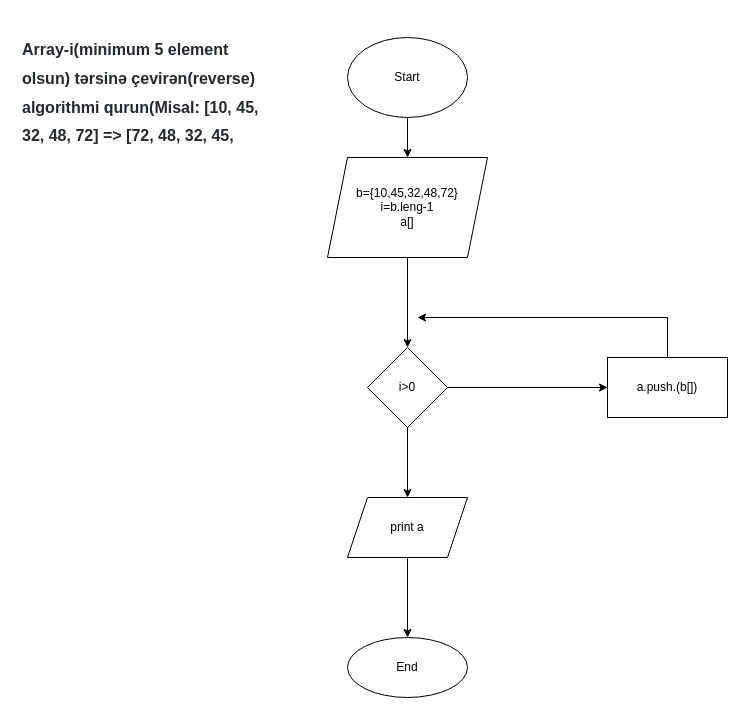
Above: page "Page-3" (3 of 3) of Untitled Diagram.drawio in RaminIskhanov/First (draw.io), before the change. Source tidied: cells renumbered, new cells numbered last; positions are measured from the earlier drawing's top-left corner, leaving out a move shared by most shapes. Both pictures are drawn from the tidied source at 100%, with x=0, y=0 at pixel (17, 27).
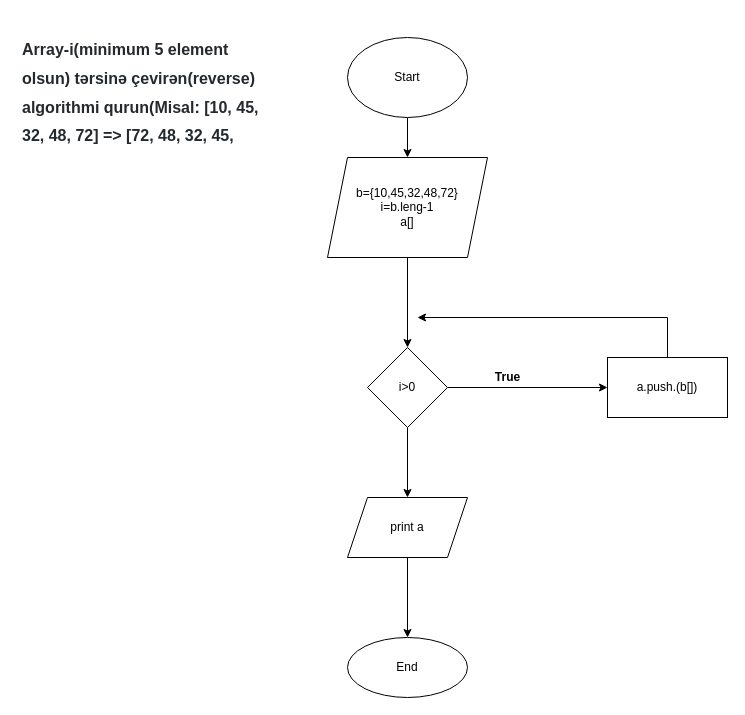
Above is the later version.

The edit, as a diff of the source:
```diff
@@
 <mxGraphModel>
   <root>
     <mxCell id="0" />
     <mxCell id="1" parent="0" />
     <mxCell id="2" style="edgeStyle=orthogonalEdgeStyle;rounded=0;jettySize=auto;html=1;" parent="1" edge="1" source="3" target="6">
       <mxGeometry relative="1" as="geometry" />
     </mxCell>
     <mxCell id="3" value="Start" style="ellipse;whiteSpace=wrap;html=1;" parent="1" vertex="1">
       <mxGeometry x="330" y="10" width="120" height="80" as="geometry" />
     </mxCell>
     <mxCell id="4" value="&lt;h1&gt;&lt;span style=&quot;color: rgb(36 , 41 , 46) ; font-size: 16px ; background-color: rgb(255 , 255 , 255)&quot;&gt;Array-i(minimum 5 element olsun) tərsinə çevirən(reverse) algorithmi qurun(Misal: [10, 45, 32, 48, 72] =&amp;gt; [72, 48, 32, 45, 10]);&lt;/span&gt;&lt;br&gt;&lt;/h1&gt;" style="text;html=1;strokeColor=none;fillColor=none;spacing=5;spacingTop=-20;whiteSpace=wrap;overflow=hidden;rounded=0;" parent="1" vertex="1">
       <mxGeometry width="250" height="120" as="geometry" />
     </mxCell>
     <mxCell id="5" style="edgeStyle=orthogonalEdgeStyle;rounded=0;jettySize=auto;html=1;" parent="1" edge="1" source="6" target="9">
       <mxGeometry relative="1" as="geometry" />
     </mxCell>
     <mxCell id="6" value="b={10,45,32,48,72}&lt;br&gt;i=b.leng-1&lt;br&gt;a[]" style="shape=parallelogram;perimeter=parallelogramPerimeter;whiteSpace=wrap;html=1;fixedSize=1;" parent="1" vertex="1">
       <mxGeometry x="310" y="130" width="160" height="100" as="geometry" />
     </mxCell>
     <mxCell id="7" style="edgeStyle=orthogonalEdgeStyle;rounded=0;jettySize=auto;html=1;" parent="1" edge="1" source="9" target="11">
       <mxGeometry relative="1" as="geometry" />
     </mxCell>
     <mxCell id="8" style="edgeStyle=orthogonalEdgeStyle;rounded=0;jettySize=auto;html=1;" parent="1" edge="1" source="9" target="13">
       <mxGeometry relative="1" as="geometry" />
     </mxCell>
     <mxCell id="9" value="i&amp;gt;0" style="rhombus;whiteSpace=wrap;html=1;" parent="1" vertex="1">
       <mxGeometry x="350" y="320" width="80" height="80" as="geometry" />
     </mxCell>
     <mxCell id="10" style="edgeStyle=orthogonalEdgeStyle;rounded=0;jettySize=auto;html=1;" parent="1" edge="1" source="11">
       <mxGeometry relative="1" as="geometry">
         <mxPoint x="400" y="290" as="targetPoint" />
         <Array as="points">
           <mxPoint x="650" y="290" />
         </Array>
       </mxGeometry>
     </mxCell>
     <mxCell id="11" value="a.push.(b[])" style="whiteSpace=wrap;html=1;" parent="1" vertex="1">
       <mxGeometry x="590" y="330" width="120" height="60" as="geometry" />
     </mxCell>
     <mxCell id="12" style="edgeStyle=orthogonalEdgeStyle;rounded=0;jettySize=auto;html=1;" parent="1" edge="1" source="13" target="14">
       <mxGeometry relative="1" as="geometry" />
     </mxCell>
     <mxCell id="13" value="print a" style="shape=parallelogram;perimeter=parallelogramPerimeter;whiteSpace=wrap;html=1;fixedSize=1;" parent="1" vertex="1">
       <mxGeometry x="330" y="470" width="120" height="60" as="geometry" />
     </mxCell>
     <mxCell id="14" value="End" style="ellipse;whiteSpace=wrap;html=1;" parent="1" vertex="1">
       <mxGeometry x="330" y="610" width="120" height="60" as="geometry" />
     </mxCell>
+    <mxCell id="15" value="&lt;b&gt;True&lt;/b&gt;" style="text;html=1;align=center;verticalAlign=middle;strokeColor=none;" parent="1" vertex="1">
+      <mxGeometry x="470" y="340" width="40" height="20" as="geometry" />
+    </mxCell>
   </root>
 </mxGraphModel>
```
